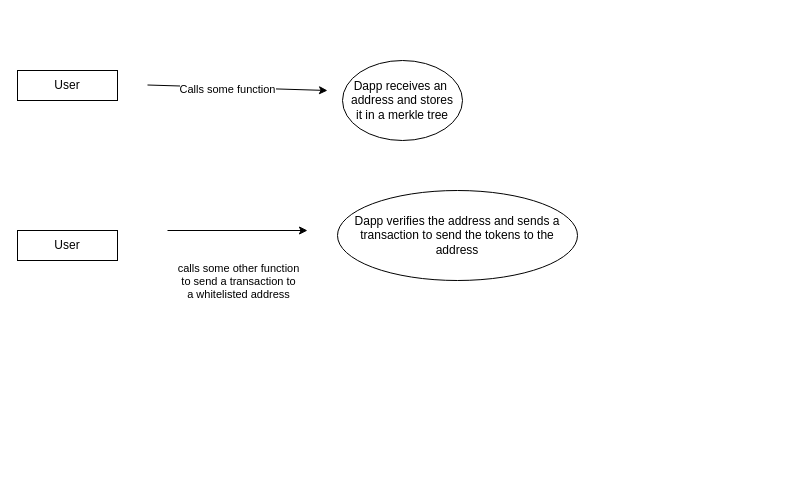
Earlier version of the draw.io diagram Untitled Diagram.drawio (khal45/safeSend-Architecture). Source tidied: cells renumbered, new cells numbered last; positions are measured from the earlier drawing's top-left corner, leaving out a move shared by most shapes. Both pictures are drawn from the tidied source at 100%, with x=0, y=0 at pixel (17, 60).
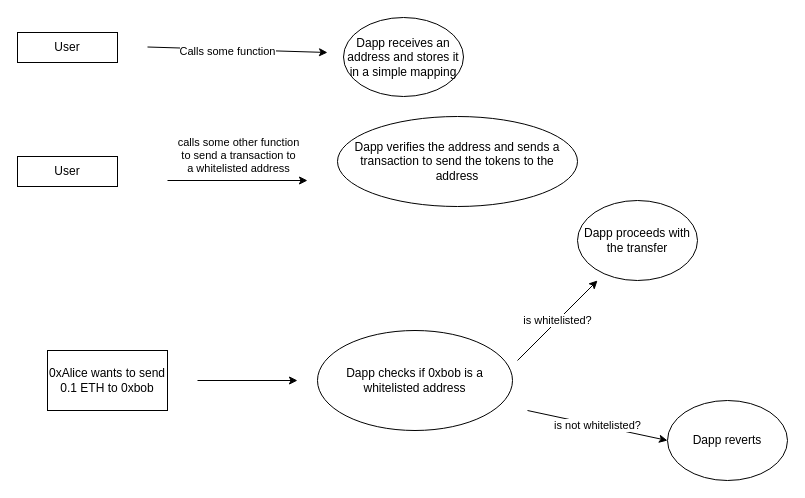
The same page after the edit.

Change to the diagram source:
```diff
@@
     <mxCell id="2" value="User" style="rounded=0;whiteSpace=wrap;html=1;" parent="1" vertex="1">
-      <mxGeometry y="10" width="100" height="30" as="geometry" />
+      <mxGeometry y="-28" width="100" height="30" as="geometry" />
     </mxCell>
     <mxCell id="3" style="endArrow=classic;html=1;rounded=0;" parent="1" edge="1">
       <mxGeometry relative="1" as="geometry">
-        <mxPoint x="130" y="24.5" as="sourcePoint" />
-        <mxPoint x="310" y="30" as="targetPoint" />
+        <mxPoint x="130" y="-13.5" as="sourcePoint" />
+        <mxPoint x="310" y="-8" as="targetPoint" />
       </mxGeometry>
     </mxCell>
@@
-    <mxCell id="5" value="Dapp receives an&amp;nbsp;&lt;div&gt;address and stores&lt;/div&gt;&lt;div&gt;it in a merkle tree&lt;/div&gt;" style="ellipse;whiteSpace=wrap;html=1;" parent="1" vertex="1">
-      <mxGeometry x="325" width="120" height="80" as="geometry" />
+    <mxCell id="5" value="Dapp receives an address and stores it in a simple mapping" style="ellipse;whiteSpace=wrap;html=1;" parent="1" vertex="1">
+      <mxGeometry x="326" y="-43" width="120" height="79" as="geometry" />
     </mxCell>
     <mxCell id="6" value="User" style="rounded=0;whiteSpace=wrap;html=1;" parent="1" vertex="1">
-      <mxGeometry y="170" width="100" height="30" as="geometry" />
+      <mxGeometry y="96" width="100" height="30" as="geometry" />
     </mxCell>
     <mxCell id="7" style="endArrow=classic;html=1;rounded=0;" parent="1" edge="1">
       <mxGeometry relative="1" as="geometry">
-        <mxPoint x="150" y="170" as="sourcePoint" />
-        <mxPoint x="290" y="170" as="targetPoint" />
+        <mxPoint x="150" y="120" as="sourcePoint" />
+        <mxPoint x="290" y="120" as="targetPoint" />
       </mxGeometry>
     </mxCell>
     <mxCell id="8" value="calls some other function&lt;div&gt;to send a transaction to&lt;/div&gt;&lt;div&gt;a whitelisted address&lt;/div&gt;" style="edgeLabel;html=1;align=center;verticalAlign=middle;" parent="7" vertex="1">
       <mxGeometry relative="1" as="geometry">
-        <mxPoint y="50" as="offset" />
+        <mxPoint y="-26" as="offset" />
       </mxGeometry>
     </mxCell>
     <mxCell id="9" value="Dapp verifies the address and sends a transaction to send the tokens to the address" style="ellipse;whiteSpace=wrap;html=1;" parent="1" vertex="1">
-      <mxGeometry x="320" y="130" width="240" height="90" as="geometry" />
+      <mxGeometry x="320" y="56" width="240" height="90" as="geometry" />
     </mxCell>
+    <mxCell id="10" value="0xAlice wants to send 0.1 ETH to 0xbob" style="rounded=0;whiteSpace=wrap;html=1;" parent="1" vertex="1">
+      <mxGeometry x="30" y="290" width="120" height="60" as="geometry" />
+    </mxCell>
+    <mxCell id="11" style="endArrow=classic;html=1;rounded=0;" parent="1" edge="1">
+      <mxGeometry relative="1" as="geometry">
+        <mxPoint x="180" y="320" as="sourcePoint" />
+        <mxPoint x="280" y="320" as="targetPoint" />
+      </mxGeometry>
+    </mxCell>
+    <mxCell id="12" value="Dapp checks if 0xbob is a whitelisted address" style="ellipse;whiteSpace=wrap;html=1;" parent="1" vertex="1">
+      <mxGeometry x="300" y="270" width="195" height="100" as="geometry" />
+    </mxCell>
+    <mxCell id="13" value="is whitelisted?" style="endArrow=classic;html=1;rounded=0;" parent="1" edge="1">
+      <mxGeometry relative="1" as="geometry">
+        <mxPoint x="500" y="300" as="sourcePoint" />
+        <mxPoint x="580" y="220" as="targetPoint" />
+      </mxGeometry>
+    </mxCell>
+    <mxCell id="14" value="Dapp proceeds with the transfer" style="ellipse;whiteSpace=wrap;html=1;" parent="1" vertex="1">
+      <mxGeometry x="560" y="140" width="120" height="80" as="geometry" />
+    </mxCell>
+    <mxCell id="15" value="is not whitelisted?" style="endArrow=classic;html=1;rounded=0;" parent="1" edge="1">
+      <mxGeometry relative="1" as="geometry">
+        <mxPoint x="510" y="350" as="sourcePoint" />
+        <mxPoint x="650" y="380" as="targetPoint" />
+      </mxGeometry>
+    </mxCell>
+    <mxCell id="16" value="Dapp reverts" style="ellipse;whiteSpace=wrap;html=1;" parent="1" vertex="1">
+      <mxGeometry x="650" y="340" width="120" height="80" as="geometry" />
+    </mxCell>
```
